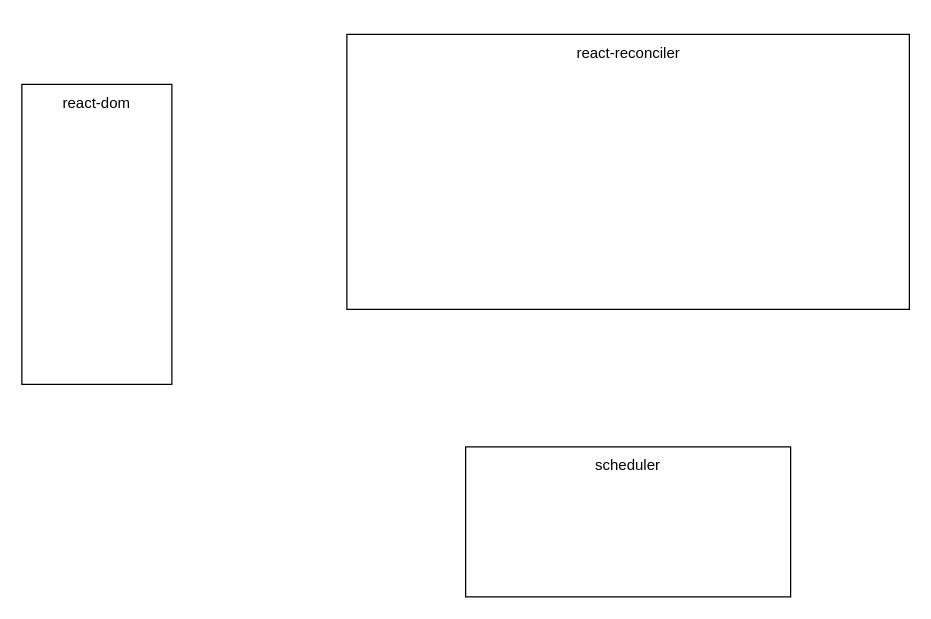
This is react.drawio from hua-bang/react-examples, a draw.io file, before an edit. Source tidied: cells renumbered, new cells numbered last; positions are measured from the earlier drawing's top-left corner, leaving out a move shared by most shapes. Both pictures are drawn from the tidied source at 125%, with x=0, y=0 at pixel (21, 34).
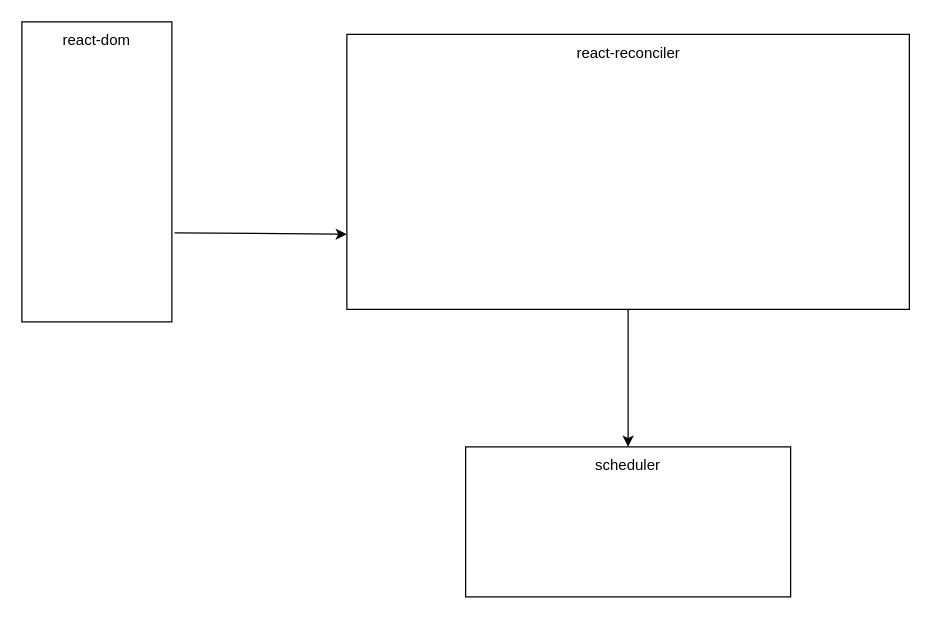
After the change.

Change to the diagram source:
```diff
@@
 <mxGraphModel>
   <root>
     <mxCell id="0" />
     <mxCell id="1" parent="0" />
     <mxCell id="2" style="rounded=0;whiteSpace=wrap;html=1;" parent="1" vertex="1">
-      <mxGeometry y="40" width="120" height="240" as="geometry" />
+      <mxGeometry y="-10" width="120" height="240" as="geometry" />
     </mxCell>
     <mxCell id="3" value="react-dom" style="text;html=1;align=center;verticalAlign=middle;whiteSpace=wrap;rounded=0;" parent="1" vertex="1">
-      <mxGeometry x="30" y="40" width="60" height="30" as="geometry" />
+      <mxGeometry x="30" y="-10" width="60" height="30" as="geometry" />
     </mxCell>
     <mxCell id="4" style="rounded=0;whiteSpace=wrap;html=1;" parent="1" vertex="1">
       <mxGeometry x="355" y="330" width="260" height="120" as="geometry" />
     </mxCell>
     <mxCell id="5" value="scheduler" style="text;html=1;align=center;verticalAlign=middle;whiteSpace=wrap;rounded=0;" parent="1" vertex="1">
       <mxGeometry x="455" y="330" width="60" height="30" as="geometry" />
     </mxCell>
+    <mxCell id="8" style="edgeStyle=orthogonalEdgeStyle;rounded=0;jettySize=auto;html=1;entryX=0.5;entryY=0;entryDx=0;entryDy=0;" parent="1" edge="1" source="6" target="5">
+      <mxGeometry relative="1" as="geometry" />
+    </mxCell>
     <mxCell id="6" style="rounded=0;whiteSpace=wrap;html=1;" parent="1" vertex="1">
       <mxGeometry x="260" width="450" height="220" as="geometry" />
     </mxCell>
     <mxCell id="7" value="react-reconciler" style="text;html=1;align=center;verticalAlign=middle;whiteSpace=wrap;rounded=0;" parent="1" vertex="1">
       <mxGeometry x="427.5" width="115" height="30" as="geometry" />
     </mxCell>
+    <mxCell id="9" style="endArrow=classic;html=1;rounded=0;exitX=1.018;exitY=0.703;exitDx=0;exitDy=0;exitPerimeter=0;entryX=0;entryY=0.727;entryDx=0;entryDy=0;entryPerimeter=0;" parent="1" edge="1" source="2" target="6">
+      <mxGeometry relative="1" as="geometry" />
+    </mxCell>
   </root>
 </mxGraphModel>
```
